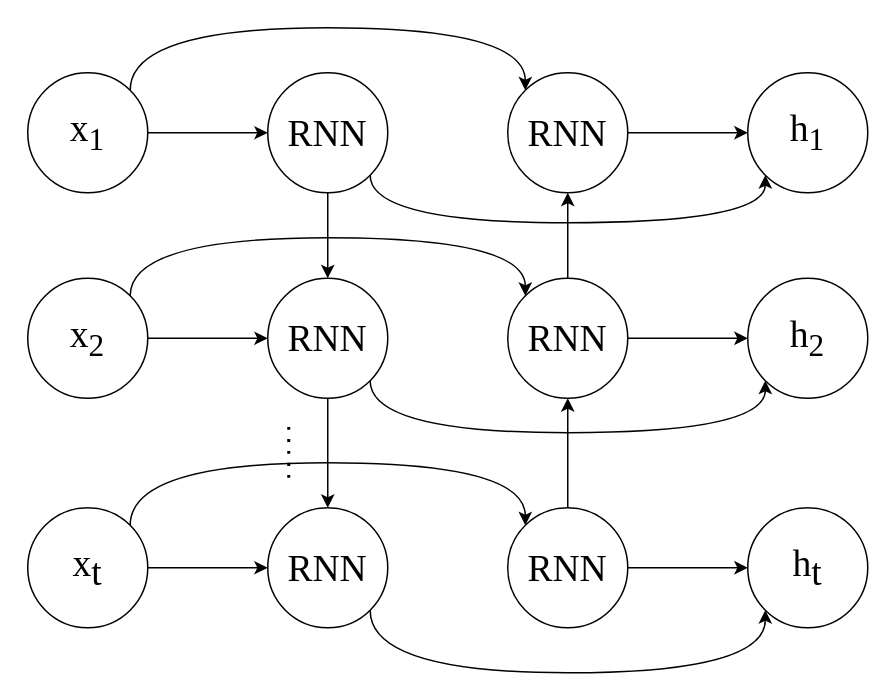
Above: bi-RNN.drawio in liehu232/model_NetWork (draw.io), before the change. Source tidied: cells renumbered, new cells numbered last; positions are measured from the earlier drawing's top-left corner, leaving out a move shared by most shapes. Both pictures are drawn from the tidied source at 150%, with x=0, y=0 at pixel (27, 27).
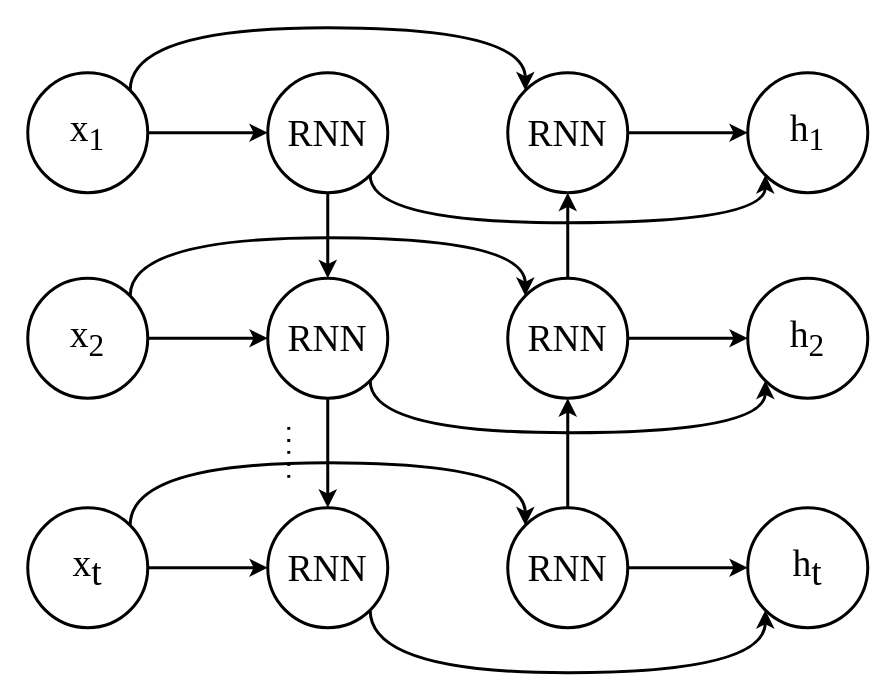
The same diagram, later.

Diff of the diagram source:
```diff
@@
-    <mxCell id="2" style="edgeStyle=none;html=1;fontSize=25;fontFamily=Times New Roman;" parent="1" edge="1" source="4" target="7">
+    <mxCell id="2" style="edgeStyle=none;html=1;fontSize=25;fontFamily=Times New Roman;strokeWidth=2;" parent="1" edge="1" source="4" target="7">
       <mxGeometry relative="1" as="geometry" />
     </mxCell>
-    <mxCell id="3" style="edgeStyle=orthogonalEdgeStyle;curved=1;html=1;exitX=1;exitY=0;exitDx=0;exitDy=0;entryX=0;entryY=0;entryDx=0;entryDy=0;" parent="1" edge="1" source="4" target="24">
+    <mxCell id="3" style="edgeStyle=orthogonalEdgeStyle;curved=1;html=1;exitX=1;exitY=0;exitDx=0;exitDy=0;entryX=0;entryY=0;entryDx=0;entryDy=0;strokeWidth=2;" parent="1" edge="1" source="4" target="24">
       <mxGeometry relative="1" as="geometry">
         <Array as="points">
           <mxPoint x="68" />
           <mxPoint x="332" />
         </Array>
       </mxGeometry>
     </mxCell>
-    <mxCell id="4" value="x&lt;span style=&quot;font-size: 25px&quot;&gt;&lt;sub&gt;1&lt;/sub&gt;&lt;/span&gt;" style="ellipse;whiteSpace=wrap;html=1;fontSize=25;fontFamily=Times New Roman;" parent="1" vertex="1">
+    <mxCell id="4" value="x&lt;span style=&quot;font-size: 25px&quot;&gt;&lt;sub&gt;1&lt;/sub&gt;&lt;/span&gt;" style="ellipse;whiteSpace=wrap;html=1;fontSize=25;fontFamily=Times New Roman;strokeWidth=2;" parent="1" vertex="1">
       <mxGeometry y="30" width="80" height="80" as="geometry" />
     </mxCell>
-    <mxCell id="5" style="edgeStyle=orthogonalEdgeStyle;curved=1;html=1;exitX=0.5;exitY=1;exitDx=0;exitDy=0;entryX=0.5;entryY=0;entryDx=0;entryDy=0;fontFamily=Times New Roman;fontSize=28;elbow=vertical;" parent="1" edge="1" source="7" target="14">
+    <mxCell id="5" style="edgeStyle=orthogonalEdgeStyle;curved=1;html=1;exitX=0.5;exitY=1;exitDx=0;exitDy=0;entryX=0.5;entryY=0;entryDx=0;entryDy=0;fontFamily=Times New Roman;fontSize=28;elbow=vertical;strokeWidth=2;" parent="1" edge="1" source="7" target="14">
       <mxGeometry relative="1" as="geometry" />
     </mxCell>
-    <mxCell id="6" style="edgeStyle=orthogonalEdgeStyle;curved=1;html=1;exitX=1;exitY=1;exitDx=0;exitDy=0;entryX=0;entryY=1;entryDx=0;entryDy=0;" parent="1" edge="1" source="7" target="8">
+    <mxCell id="6" style="edgeStyle=orthogonalEdgeStyle;curved=1;html=1;exitX=1;exitY=1;exitDx=0;exitDy=0;entryX=0;entryY=1;entryDx=0;entryDy=0;strokeWidth=2;" parent="1" edge="1" source="7" target="8">
       <mxGeometry relative="1" as="geometry">
         <Array as="points">
           <mxPoint x="228" y="130" />
           <mxPoint x="492" y="130" />
         </Array>
       </mxGeometry>
     </mxCell>
-    <mxCell id="7" value="RNN" style="ellipse;whiteSpace=wrap;html=1;fontSize=25;fontFamily=Times New Roman;" parent="1" vertex="1">
+    <mxCell id="7" value="RNN" style="ellipse;whiteSpace=wrap;html=1;fontSize=25;fontFamily=Times New Roman;strokeWidth=2;" parent="1" vertex="1">
       <mxGeometry x="160" y="30" width="80" height="80" as="geometry" />
     </mxCell>
-    <mxCell id="8" value="h&lt;span style=&quot;font-size: 25px&quot;&gt;&lt;sub&gt;1&lt;/sub&gt;&lt;/span&gt;" style="ellipse;whiteSpace=wrap;html=1;fontSize=25;fontFamily=Times New Roman;" parent="1" vertex="1">
+    <mxCell id="8" value="h&lt;span style=&quot;font-size: 25px&quot;&gt;&lt;sub&gt;1&lt;/sub&gt;&lt;/span&gt;" style="ellipse;whiteSpace=wrap;html=1;fontSize=25;fontFamily=Times New Roman;strokeWidth=2;" parent="1" vertex="1">
       <mxGeometry x="480" y="30" width="80" height="80" as="geometry" />
     </mxCell>
-    <mxCell id="9" style="edgeStyle=none;html=1;fontSize=25;fontFamily=Times New Roman;" parent="1" edge="1" source="11" target="14">
+    <mxCell id="9" style="edgeStyle=none;html=1;fontSize=25;fontFamily=Times New Roman;strokeWidth=2;" parent="1" edge="1" source="11" target="14">
       <mxGeometry relative="1" as="geometry" />
     </mxCell>
-    <mxCell id="10" style="edgeStyle=orthogonalEdgeStyle;curved=1;html=1;exitX=1;exitY=0;exitDx=0;exitDy=0;entryX=0;entryY=0;entryDx=0;entryDy=0;" parent="1" edge="1" source="11" target="27">
+    <mxCell id="10" style="edgeStyle=orthogonalEdgeStyle;curved=1;html=1;exitX=1;exitY=0;exitDx=0;exitDy=0;entryX=0;entryY=0;entryDx=0;entryDy=0;strokeWidth=2;" parent="1" edge="1" source="11" target="27">
       <mxGeometry relative="1" as="geometry">
         <Array as="points">
           <mxPoint x="68" y="140" />
           <mxPoint x="332" y="140" />
         </Array>
       </mxGeometry>
     </mxCell>
-    <mxCell id="11" value="x&lt;span style=&quot;font-size: 25px&quot;&gt;&lt;sub&gt;2&lt;/sub&gt;&lt;/span&gt;" style="ellipse;whiteSpace=wrap;html=1;fontSize=25;fontFamily=Times New Roman;" parent="1" vertex="1">
+    <mxCell id="11" value="x&lt;span style=&quot;font-size: 25px&quot;&gt;&lt;sub&gt;2&lt;/sub&gt;&lt;/span&gt;" style="ellipse;whiteSpace=wrap;html=1;fontSize=25;fontFamily=Times New Roman;strokeWidth=2;" parent="1" vertex="1">
       <mxGeometry y="167" width="80" height="80" as="geometry" />
     </mxCell>
-    <mxCell id="12" style="edgeStyle=orthogonalEdgeStyle;curved=1;html=1;exitX=0.5;exitY=1;exitDx=0;exitDy=0;entryX=0.5;entryY=0;entryDx=0;entryDy=0;fontFamily=Times New Roman;fontSize=28;elbow=vertical;" parent="1" edge="1" source="14" target="20">
+    <mxCell id="12" style="edgeStyle=orthogonalEdgeStyle;curved=1;html=1;exitX=0.5;exitY=1;exitDx=0;exitDy=0;entryX=0.5;entryY=0;entryDx=0;entryDy=0;fontFamily=Times New Roman;fontSize=28;elbow=vertical;strokeWidth=2;" parent="1" edge="1" source="14" target="20">
       <mxGeometry relative="1" as="geometry" />
     </mxCell>
-    <mxCell id="13" style="edgeStyle=orthogonalEdgeStyle;curved=1;html=1;exitX=1;exitY=1;exitDx=0;exitDy=0;entryX=0;entryY=1;entryDx=0;entryDy=0;" parent="1" edge="1" source="14" target="15">
+    <mxCell id="13" style="edgeStyle=orthogonalEdgeStyle;curved=1;html=1;exitX=1;exitY=1;exitDx=0;exitDy=0;entryX=0;entryY=1;entryDx=0;entryDy=0;strokeWidth=2;" parent="1" edge="1" source="14" target="15">
       <mxGeometry relative="1" as="geometry">
         <Array as="points">
           <mxPoint x="228" y="270" />
           <mxPoint x="492" y="270" />
         </Array>
       </mxGeometry>
     </mxCell>
-    <mxCell id="14" value="RNN" style="ellipse;whiteSpace=wrap;html=1;fontSize=25;fontFamily=Times New Roman;" parent="1" vertex="1">
+    <mxCell id="14" value="RNN" style="ellipse;whiteSpace=wrap;html=1;fontSize=25;fontFamily=Times New Roman;strokeWidth=2;" parent="1" vertex="1">
       <mxGeometry x="160" y="167" width="80" height="80" as="geometry" />
     </mxCell>
-    <mxCell id="15" value="h&lt;span style=&quot;font-size: 25px&quot;&gt;&lt;sub&gt;2&lt;/sub&gt;&lt;/span&gt;" style="ellipse;whiteSpace=wrap;html=1;fontSize=25;fontFamily=Times New Roman;" parent="1" vertex="1">
+    <mxCell id="15" value="h&lt;span style=&quot;font-size: 25px&quot;&gt;&lt;sub&gt;2&lt;/sub&gt;&lt;/span&gt;" style="ellipse;whiteSpace=wrap;html=1;fontSize=25;fontFamily=Times New Roman;strokeWidth=2;" parent="1" vertex="1">
       <mxGeometry x="480" y="167" width="80" height="80" as="geometry" />
     </mxCell>
-    <mxCell id="16" style="edgeStyle=none;html=1;fontSize=25;fontFamily=Times New Roman;" parent="1" edge="1" source="18" target="20">
+    <mxCell id="16" style="edgeStyle=none;html=1;fontSize=25;fontFamily=Times New Roman;strokeWidth=2;" parent="1" edge="1" source="18" target="20">
       <mxGeometry relative="1" as="geometry" />
     </mxCell>
-    <mxCell id="17" style="edgeStyle=orthogonalEdgeStyle;html=1;exitX=1;exitY=0;exitDx=0;exitDy=0;entryX=0;entryY=0;entryDx=0;entryDy=0;curved=1;" parent="1" edge="1" source="18" target="30">
+    <mxCell id="17" style="edgeStyle=orthogonalEdgeStyle;html=1;exitX=1;exitY=0;exitDx=0;exitDy=0;entryX=0;entryY=0;entryDx=0;entryDy=0;curved=1;strokeWidth=2;" parent="1" edge="1" source="18" target="30">
       <mxGeometry relative="1" as="geometry">
         <Array as="points">
           <mxPoint x="68" y="290" />
           <mxPoint x="332" y="290" />
         </Array>
       </mxGeometry>
     </mxCell>
-    <mxCell id="18" value="x&lt;sub style=&quot;font-size: 25px;&quot;&gt;t&lt;/sub&gt;" style="ellipse;whiteSpace=wrap;html=1;fontSize=25;fontFamily=Times New Roman;" parent="1" vertex="1">
+    <mxCell id="18" value="x&lt;sub style=&quot;font-size: 25px;&quot;&gt;t&lt;/sub&gt;" style="ellipse;whiteSpace=wrap;html=1;fontSize=25;fontFamily=Times New Roman;strokeWidth=2;" parent="1" vertex="1">
       <mxGeometry y="320" width="80" height="80" as="geometry" />
     </mxCell>
-    <mxCell id="19" style="edgeStyle=orthogonalEdgeStyle;curved=1;html=1;exitX=1;exitY=1;exitDx=0;exitDy=0;entryX=0;entryY=1;entryDx=0;entryDy=0;" parent="1" edge="1" source="20" target="21">
+    <mxCell id="19" style="edgeStyle=orthogonalEdgeStyle;curved=1;html=1;exitX=1;exitY=1;exitDx=0;exitDy=0;entryX=0;entryY=1;entryDx=0;entryDy=0;strokeWidth=2;" parent="1" edge="1" source="20" target="21">
       <mxGeometry relative="1" as="geometry">
         <Array as="points">
           <mxPoint x="228" y="430" />
           <mxPoint x="492" y="430" />
         </Array>
       </mxGeometry>
     </mxCell>
-    <mxCell id="20" value="RNN" style="ellipse;whiteSpace=wrap;html=1;fontSize=25;fontFamily=Times New Roman;" parent="1" vertex="1">
+    <mxCell id="20" value="RNN" style="ellipse;whiteSpace=wrap;html=1;fontSize=25;fontFamily=Times New Roman;strokeWidth=2;" parent="1" vertex="1">
       <mxGeometry x="160" y="320" width="80" height="80" as="geometry" />
     </mxCell>
-    <mxCell id="21" value="h&lt;sub style=&quot;font-size: 25px&quot;&gt;t&lt;/sub&gt;" style="ellipse;whiteSpace=wrap;html=1;fontSize=25;fontFamily=Times New Roman;" parent="1" vertex="1">
+    <mxCell id="21" value="h&lt;sub style=&quot;font-size: 25px&quot;&gt;t&lt;/sub&gt;" style="ellipse;whiteSpace=wrap;html=1;fontSize=25;fontFamily=Times New Roman;strokeWidth=2;" parent="1" vertex="1">
       <mxGeometry x="480" y="320" width="80" height="80" as="geometry" />
     </mxCell>
@@
-    <mxCell id="23" style="edgeStyle=none;html=1;exitX=1;exitY=0.5;exitDx=0;exitDy=0;entryX=0;entryY=0.5;entryDx=0;entryDy=0;" parent="1" edge="1" source="24" target="8">
+    <mxCell id="23" style="edgeStyle=none;html=1;exitX=1;exitY=0.5;exitDx=0;exitDy=0;entryX=0;entryY=0.5;entryDx=0;entryDy=0;strokeWidth=2;" parent="1" edge="1" source="24" target="8">
       <mxGeometry relative="1" as="geometry" />
     </mxCell>
-    <mxCell id="24" value="RNN" style="ellipse;whiteSpace=wrap;html=1;fontSize=25;fontFamily=Times New Roman;" parent="1" vertex="1">
+    <mxCell id="24" value="RNN" style="ellipse;whiteSpace=wrap;html=1;fontSize=25;fontFamily=Times New Roman;strokeWidth=2;" parent="1" vertex="1">
       <mxGeometry x="320" y="30" width="80" height="80" as="geometry" />
     </mxCell>
-    <mxCell id="25" style="edgeStyle=none;html=1;exitX=0.5;exitY=0;exitDx=0;exitDy=0;entryX=0.5;entryY=1;entryDx=0;entryDy=0;" parent="1" edge="1" source="27" target="24">
+    <mxCell id="25" style="edgeStyle=none;html=1;exitX=0.5;exitY=0;exitDx=0;exitDy=0;entryX=0.5;entryY=1;entryDx=0;entryDy=0;strokeWidth=2;" parent="1" edge="1" source="27" target="24">
       <mxGeometry relative="1" as="geometry" />
     </mxCell>
-    <mxCell id="26" style="edgeStyle=none;html=1;exitX=1;exitY=0.5;exitDx=0;exitDy=0;entryX=0;entryY=0.5;entryDx=0;entryDy=0;" parent="1" edge="1" source="27" target="15">
+    <mxCell id="26" style="edgeStyle=none;html=1;exitX=1;exitY=0.5;exitDx=0;exitDy=0;entryX=0;entryY=0.5;entryDx=0;entryDy=0;strokeWidth=2;" parent="1" edge="1" source="27" target="15">
       <mxGeometry relative="1" as="geometry" />
     </mxCell>
-    <mxCell id="27" value="RNN" style="ellipse;whiteSpace=wrap;html=1;fontSize=25;fontFamily=Times New Roman;" parent="1" vertex="1">
+    <mxCell id="27" value="RNN" style="ellipse;whiteSpace=wrap;html=1;fontSize=25;fontFamily=Times New Roman;strokeWidth=2;" parent="1" vertex="1">
       <mxGeometry x="320" y="167" width="80" height="80" as="geometry" />
     </mxCell>
-    <mxCell id="28" style="edgeStyle=none;html=1;exitX=0.5;exitY=0;exitDx=0;exitDy=0;entryX=0.5;entryY=1;entryDx=0;entryDy=0;" parent="1" edge="1" source="30" target="27">
+    <mxCell id="28" style="edgeStyle=none;html=1;exitX=0.5;exitY=0;exitDx=0;exitDy=0;entryX=0.5;entryY=1;entryDx=0;entryDy=0;strokeWidth=2;" parent="1" edge="1" source="30" target="27">
       <mxGeometry relative="1" as="geometry" />
     </mxCell>
-    <mxCell id="29" style="edgeStyle=none;html=1;exitX=1;exitY=0.5;exitDx=0;exitDy=0;entryX=0;entryY=0.5;entryDx=0;entryDy=0;" parent="1" edge="1" source="30" target="21">
+    <mxCell id="29" style="edgeStyle=none;html=1;exitX=1;exitY=0.5;exitDx=0;exitDy=0;entryX=0;entryY=0.5;entryDx=0;entryDy=0;strokeWidth=2;" parent="1" edge="1" source="30" target="21">
       <mxGeometry relative="1" as="geometry" />
     </mxCell>
-    <mxCell id="30" value="RNN" style="ellipse;whiteSpace=wrap;html=1;fontSize=25;fontFamily=Times New Roman;" parent="1" vertex="1">
+    <mxCell id="30" value="RNN" style="ellipse;whiteSpace=wrap;html=1;fontSize=25;fontFamily=Times New Roman;strokeWidth=2;" parent="1" vertex="1">
       <mxGeometry x="320" y="320" width="80" height="80" as="geometry" />
     </mxCell>
```
